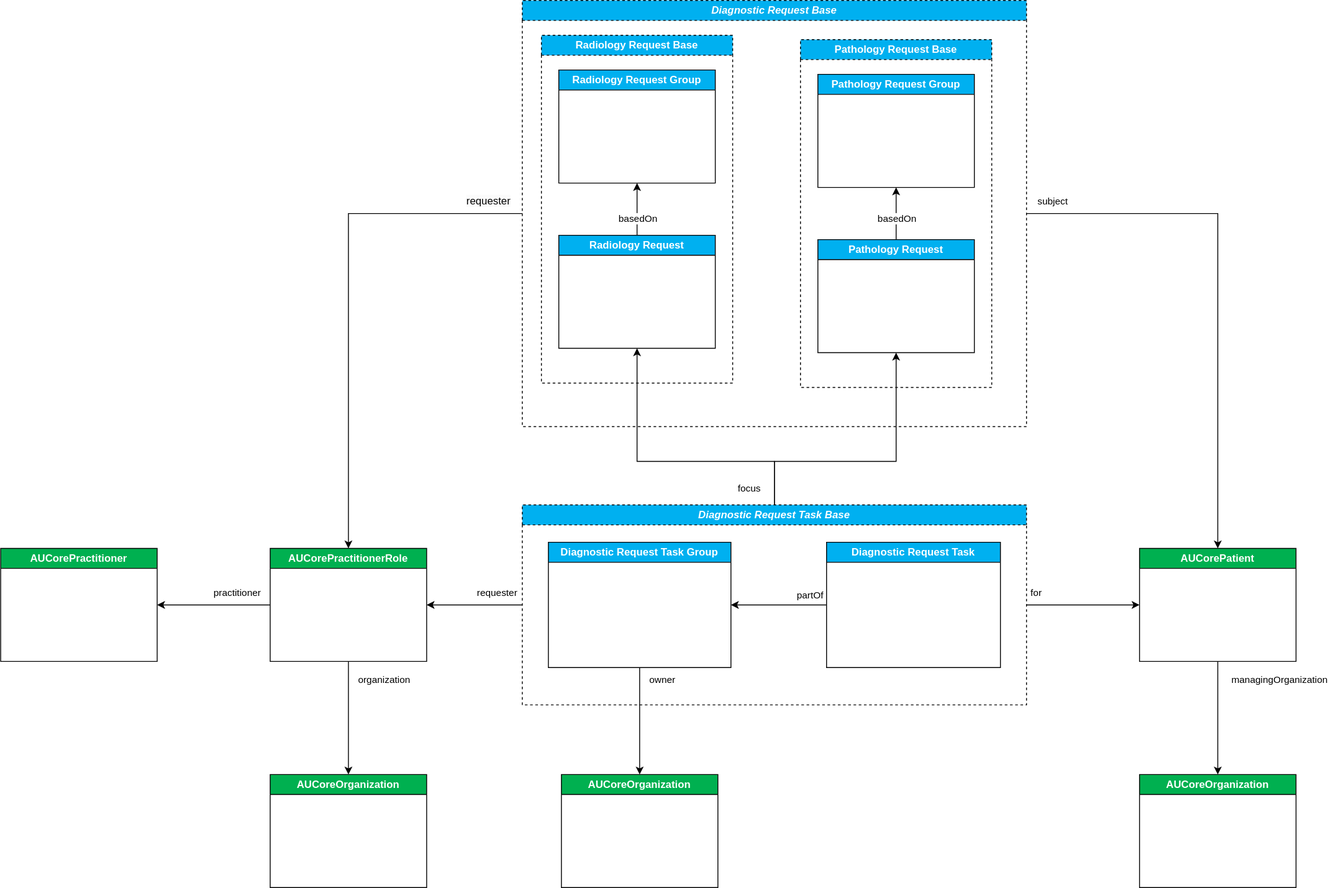
The draw.io diagram input/images/erequesting-profiles.svg in hl7au/au-fhir-erequesting, before a commit. Source tidied: cells renumbered, new cells last; positions are measured from the earlier drawing's top-left corner, leaving out a move shared by most shapes.
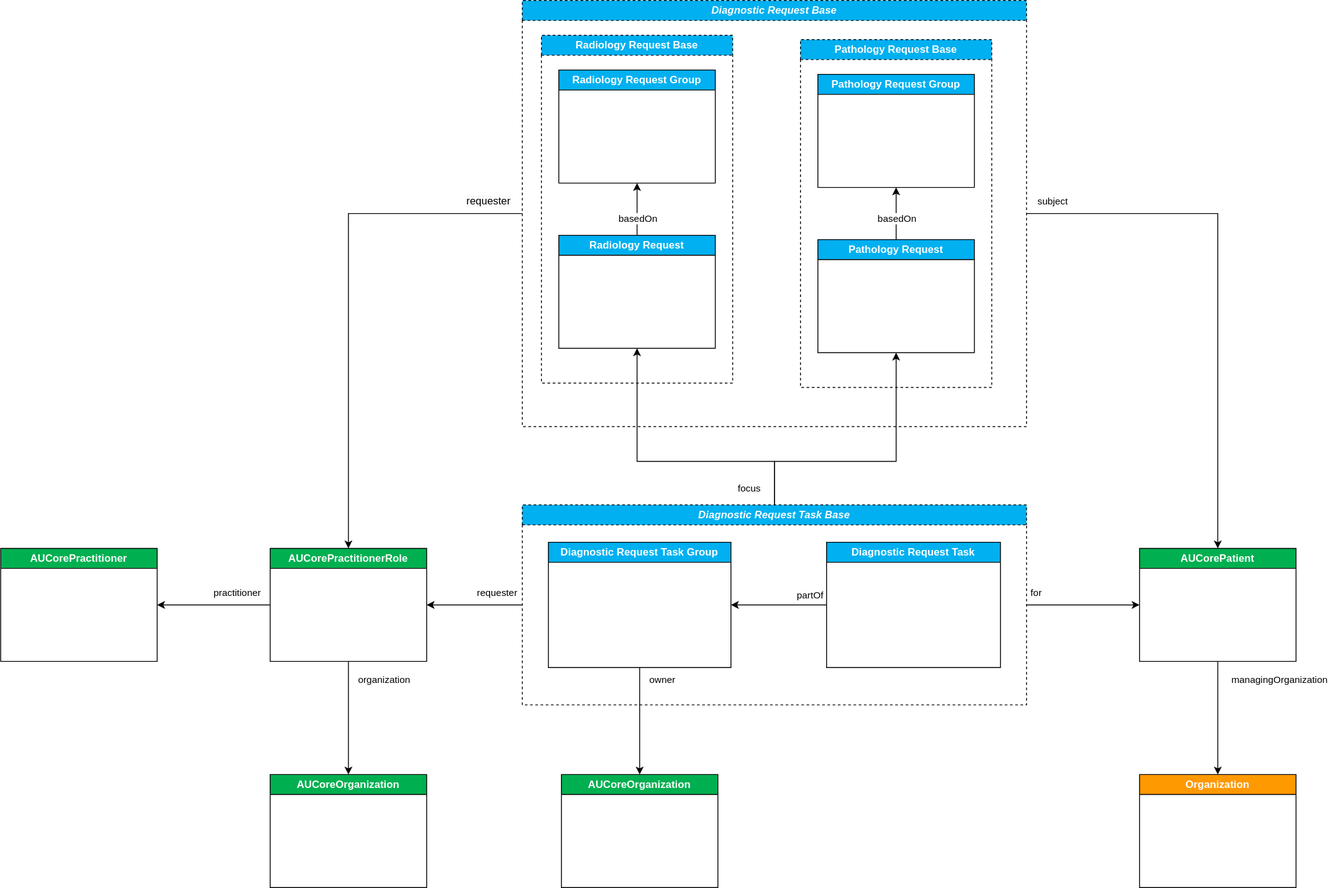
The same diagram one commit later.

Commit message:
Updated eRequesting profiles diagram to update Patient managingOrganization reference to Organization rather than AUCoreOrganization

The edit, as a diff of the source:
```diff
@@ -167,7 +167,7 @@
     <mxCell id="41" value="AUCoreOrganization" style="swimlane;whiteSpace=wrap;html=1;fillColor=#00b050;fontColor=#FFFFFF;" parent="1" vertex="1">
       <mxGeometry x="310" y="890" width="180" height="130" as="geometry" />
     </mxCell>
-    <mxCell id="42" value="AUCoreOrganization" style="swimlane;whiteSpace=wrap;html=1;fillColor=#00b050;fontColor=#FFFFFF;" parent="1" vertex="1">
+    <mxCell id="42" value="Organization" style="swimlane;whiteSpace=wrap;html=1;fillColor=#ff9900;fontColor=#FFFFFF;" parent="1" vertex="1">
       <mxGeometry x="1310" y="890" width="180" height="130" as="geometry" />
     </mxCell>
   </root>
```
